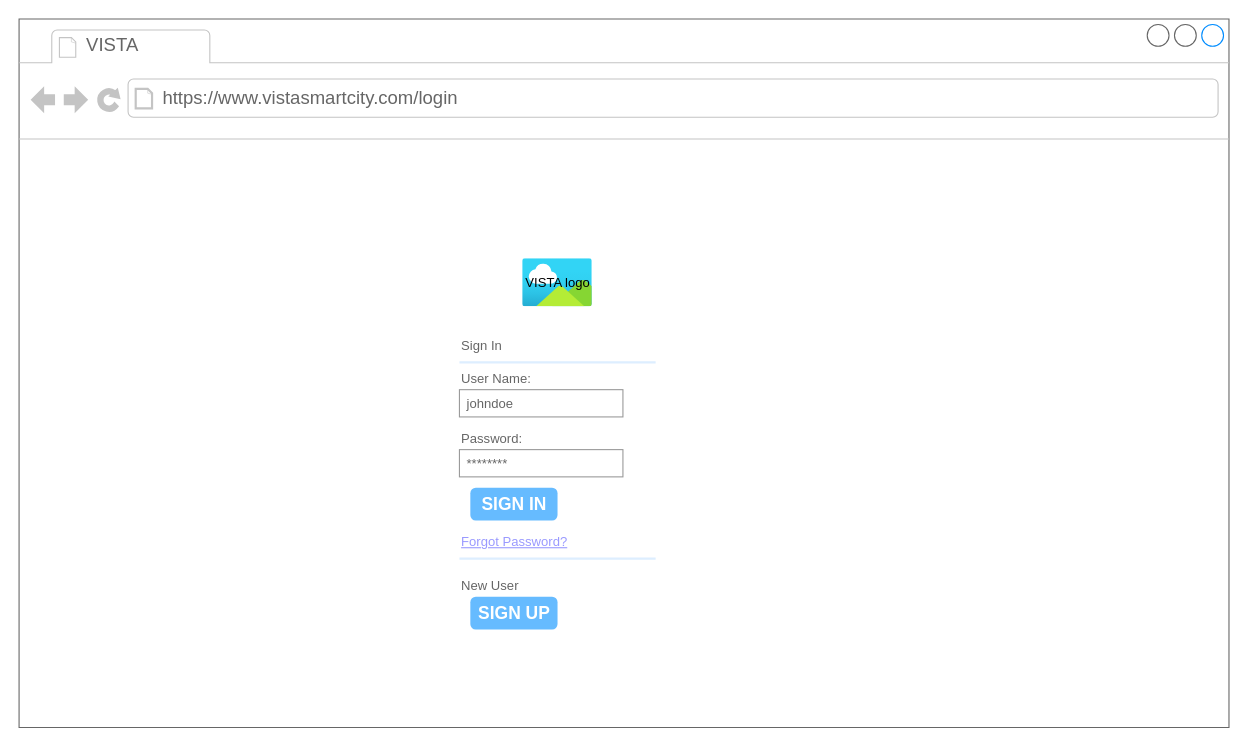
Earlier version of the draw.io diagram project/LoginPageMockup.drawio (josura/HCI). Source tidied: cells renumbered, new cells numbered last; positions are measured from the earlier drawing's top-left corner, leaving out a move shared by most shapes. Both pictures are drawn from the tidied source at 109%, with x=0, y=0 at pixel (19, 19). Pictures stored in the file or linked from it are replaced by grey dashed boxes.
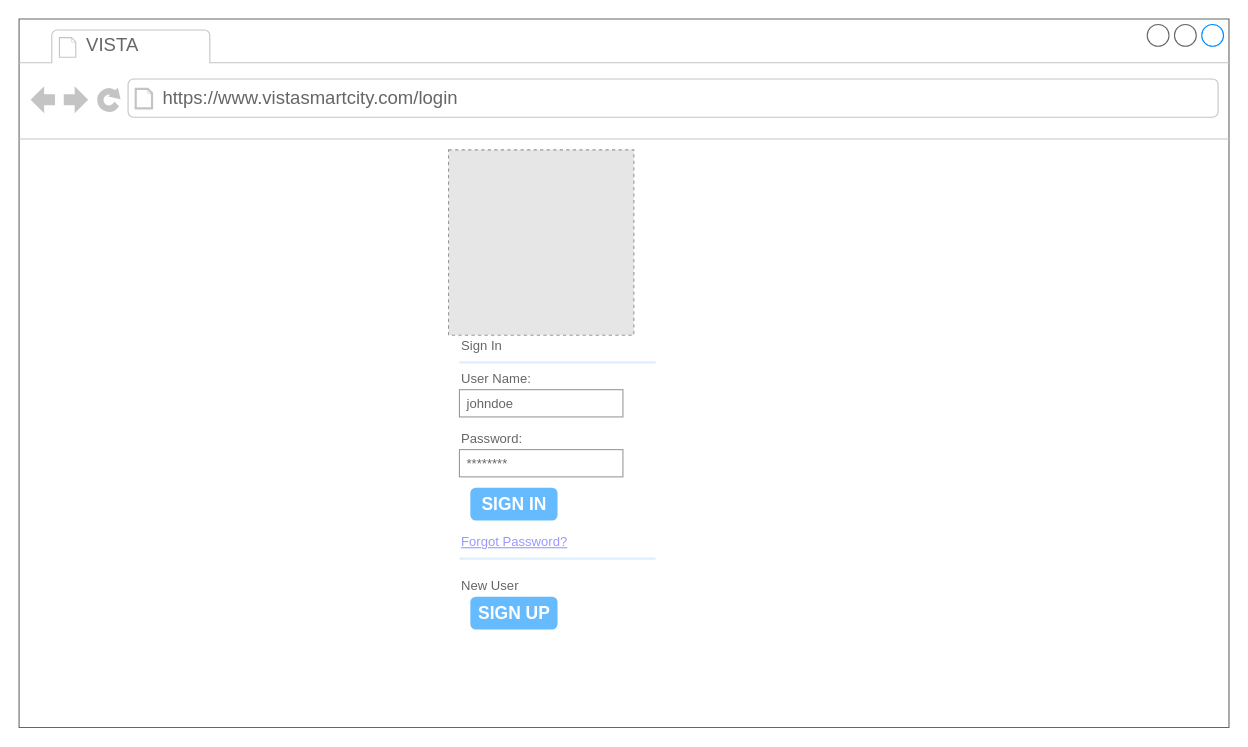
The same page after the edit.

Unchanged cells that the change refers to:
```xml
<mxCell id="2" style="strokeWidth=1;shadow=0;dashed=0;align=center;html=1;shape=mxgraph.mockup.containers.browserWindow;rSize=0;strokeColor=#666666;strokeColor2=#008cff;strokeColor3=#c4c4c4;mainText=,;" parent="1" vertex="1">
  <mxGeometry width="1110" height="650" as="geometry" />
</mxCell>
```

The edit, as a diff of the source:
```diff
@@
-    <mxCell id="5" style="image;html=1;align=center;fontSize=12;image=img/lib/azure2/general/Image.svg;" parent="2" vertex="1">
-      <mxGeometry x="462" y="220" width="64" height="44" as="geometry" />
-    </mxCell>
@@
-    <mxCell id="18" value="VISTA logo" style="text;html=1;align=center;verticalAlign=middle;strokeColor=none;fillColor=none;" parent="2" vertex="1">
-      <mxGeometry x="454" y="227" width="80" height="30" as="geometry" />
-    </mxCell>
+    <mxCell id="19" style="fillColor=#E6E6E6;strokeColor=#999999;dashed=1;verticalLabelPosition=bottom;labelBackgroundColor=default;verticalAlign=top;" parent="2" vertex="1">
+      <mxGeometry x="394" y="120" width="170" height="170" as="geometry" />
+    </mxCell>
```
